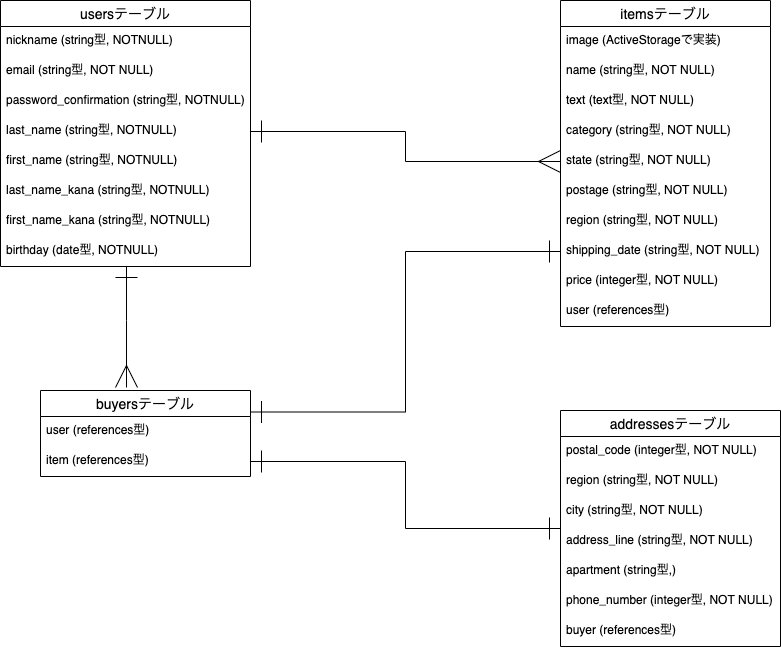
This is .drawio.png from ginpen1/furima-34780, a draw.io export, as it was before one commit. Source tidied: cells renumbered, new cells last; positions are measured from the earlier drawing's top-left corner, leaving out a move shared by most shapes.
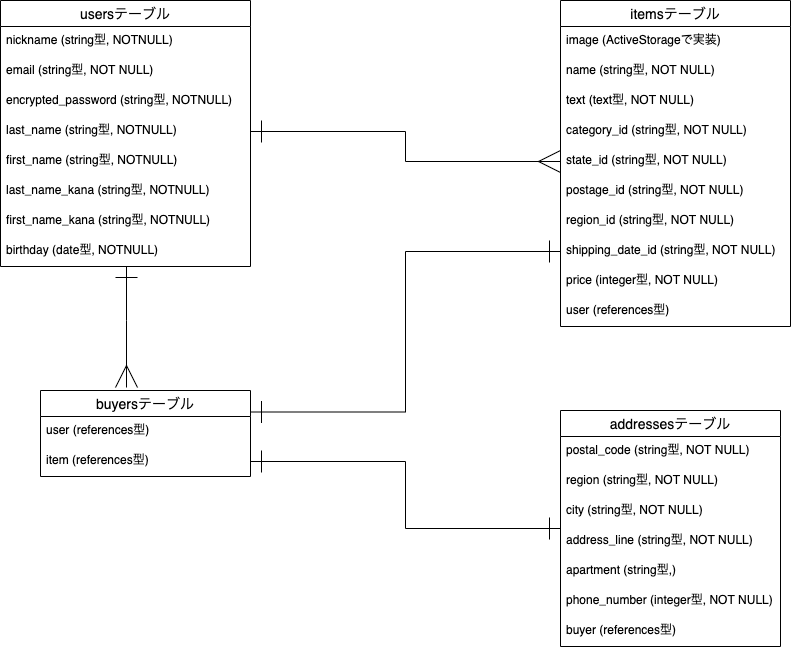
The same diagram one commit later.

Commit message:
postal_codeカラムをstring型に修正

Change to the diagram source:
```diff
@@ -20,7 +20,7 @@
     <mxCell id="5" value="email (string型, NOT NULL)" style="text;strokeColor=none;fillColor=none;spacingLeft=4;spacingRight=4;overflow=hidden;fontSize=12;" parent="3" vertex="1">
       <mxGeometry y="56" width="250" height="30" as="geometry" />
     </mxCell>
-    <mxCell id="6" value="password_confirmation (string型, NOTNULL)" style="text;strokeColor=none;fillColor=none;spacingLeft=4;spacingRight=4;overflow=hidden;fontSize=12;" parent="3" vertex="1">
+    <mxCell id="6" value="encrypted_password (string型, NOTNULL)" style="text;strokeColor=none;fillColor=none;spacingLeft=4;spacingRight=4;overflow=hidden;fontSize=12;" parent="3" vertex="1">
       <mxGeometry y="86" width="250" height="30" as="geometry" />
     </mxCell>
     <mxCell id="7" value="last_name (string型, NOTNULL)" style="text;strokeColor=none;fillColor=none;spacingLeft=4;spacingRight=4;overflow=hidden;points=[[0,0.5],[1,0.5]];portConstraint=eastwest;fontSize=12;" parent="3" vertex="1">
@@ -39,37 +39,37 @@
       <mxGeometry y="236" width="250" height="30" as="geometry" />
     </mxCell>
     <mxCell id="12" value="itemsテーブル" style="swimlane;fontStyle=0;horizontal=1;startSize=26;align=center;fontSize=14;" parent="1" vertex="1">
-      <mxGeometry x="560" width="210" height="326" as="geometry" />
+      <mxGeometry x="560" width="230" height="326" as="geometry" />
     </mxCell>
     <mxCell id="13" value="image (ActiveStorageで実装)" style="text;strokeColor=none;fillColor=none;spacingLeft=4;spacingRight=4;overflow=hidden;fontSize=12;" parent="12" vertex="1">
-      <mxGeometry y="26" width="210" height="30" as="geometry" />
+      <mxGeometry y="26" width="230" height="30" as="geometry" />
     </mxCell>
     <mxCell id="14" value="name (string型, NOT NULL)" style="text;strokeColor=none;fillColor=none;spacingLeft=4;spacingRight=4;overflow=hidden;fontSize=12;" parent="12" vertex="1">
-      <mxGeometry y="56" width="210" height="30" as="geometry" />
+      <mxGeometry y="56" width="230" height="30" as="geometry" />
     </mxCell>
     <mxCell id="15" value="text (text型, NOT NULL)" style="text;strokeColor=none;fillColor=none;spacingLeft=4;spacingRight=4;overflow=hidden;fontSize=12;" parent="12" vertex="1">
-      <mxGeometry y="86" width="210" height="30" as="geometry" />
+      <mxGeometry y="86" width="230" height="30" as="geometry" />
     </mxCell>
-    <mxCell id="16" value="category (string型, NOT NULL)" style="text;strokeColor=none;fillColor=none;spacingLeft=4;spacingRight=4;overflow=hidden;fontSize=12;" parent="12" vertex="1">
-      <mxGeometry y="116" width="210" height="30" as="geometry" />
+    <mxCell id="16" value="category_id (string型, NOT NULL)" style="text;strokeColor=none;fillColor=none;spacingLeft=4;spacingRight=4;overflow=hidden;fontSize=12;" parent="12" vertex="1">
+      <mxGeometry y="116" width="230" height="30" as="geometry" />
     </mxCell>
-    <mxCell id="17" value="state (string型, NOT NULL)" style="text;strokeColor=none;fillColor=none;spacingLeft=4;spacingRight=4;overflow=hidden;points=[[0,0.5],[1,0.5]];portConstraint=eastwest;fontSize=12;" parent="12" vertex="1">
-      <mxGeometry y="146" width="210" height="30" as="geometry" />
+    <mxCell id="17" value="state_id (string型, NOT NULL)" style="text;strokeColor=none;fillColor=none;spacingLeft=4;spacingRight=4;overflow=hidden;points=[[0,0.5],[1,0.5]];portConstraint=eastwest;fontSize=12;" parent="12" vertex="1">
+      <mxGeometry y="146" width="230" height="30" as="geometry" />
     </mxCell>
-    <mxCell id="18" value="postage (string型, NOT NULL)" style="text;strokeColor=none;fillColor=none;spacingLeft=4;spacingRight=4;overflow=hidden;fontSize=12;" parent="12" vertex="1">
-      <mxGeometry y="176" width="210" height="30" as="geometry" />
+    <mxCell id="18" value="postage_id (string型, NOT NULL)" style="text;strokeColor=none;fillColor=none;spacingLeft=4;spacingRight=4;overflow=hidden;fontSize=12;" parent="12" vertex="1">
+      <mxGeometry y="176" width="230" height="30" as="geometry" />
     </mxCell>
-    <mxCell id="19" value="region (string型, NOT NULL)" style="text;strokeColor=none;fillColor=none;spacingLeft=4;spacingRight=4;overflow=hidden;fontSize=12;" parent="12" vertex="1">
-      <mxGeometry y="206" width="210" height="30" as="geometry" />
+    <mxCell id="19" value="region_id (string型, NOT NULL)" style="text;strokeColor=none;fillColor=none;spacingLeft=4;spacingRight=4;overflow=hidden;fontSize=12;" parent="12" vertex="1">
+      <mxGeometry y="206" width="230" height="30" as="geometry" />
     </mxCell>
-    <mxCell id="20" value="shipping_date (string型, NOT NULL)" style="text;strokeColor=none;fillColor=none;spacingLeft=4;spacingRight=4;overflow=hidden;points=[[0,0.5],[1,0.5]];portConstraint=eastwest;fontSize=12;" parent="12" vertex="1">
-      <mxGeometry y="236" width="210" height="30" as="geometry" />
+    <mxCell id="20" value="shipping_date_id (string型, NOT NULL)" style="text;strokeColor=none;fillColor=none;spacingLeft=4;spacingRight=4;overflow=hidden;points=[[0,0.5],[1,0.5]];portConstraint=eastwest;fontSize=12;" parent="12" vertex="1">
+      <mxGeometry y="236" width="230" height="30" as="geometry" />
     </mxCell>
     <mxCell id="21" value="price (integer型, NOT NULL)" style="text;strokeColor=none;fillColor=none;spacingLeft=4;spacingRight=4;overflow=hidden;fontSize=12;" parent="12" vertex="1">
-      <mxGeometry y="266" width="210" height="30" as="geometry" />
+      <mxGeometry y="266" width="230" height="30" as="geometry" />
     </mxCell>
     <mxCell id="22" value="user (references型)" style="text;strokeColor=none;fillColor=none;spacingLeft=4;spacingRight=4;overflow=hidden;fontSize=12;" parent="12" vertex="1">
-      <mxGeometry y="296" width="210" height="30" as="geometry" />
+      <mxGeometry y="296" width="230" height="30" as="geometry" />
     </mxCell>
     <mxCell id="23" value="buyersテーブル" style="swimlane;fontStyle=0;horizontal=1;startSize=26;align=center;fontSize=14;" parent="1" vertex="1">
       <mxGeometry x="40" y="390" width="210" height="86" as="geometry" />
@@ -86,7 +86,7 @@
     <mxCell id="27" value="addressesテーブル" style="swimlane;fontStyle=0;horizontal=1;startSize=26;align=center;fontSize=14;" parent="1" vertex="1">
       <mxGeometry x="560" y="410" width="220" height="236" as="geometry" />
     </mxCell>
-    <mxCell id="28" value="postal_code (integer型, NOT NULL)" style="text;strokeColor=none;fillColor=none;spacingLeft=4;spacingRight=4;overflow=hidden;fontSize=12;" parent="27" vertex="1">
+    <mxCell id="28" value="postal_code (string型, NOT NULL)" style="text;strokeColor=none;fillColor=none;spacingLeft=4;spacingRight=4;overflow=hidden;fontSize=12;" parent="27" vertex="1">
       <mxGeometry y="26" width="220" height="30" as="geometry" />
     </mxCell>
     <mxCell id="29" value="region (string型, NOT NULL)" style="text;strokeColor=none;fillColor=none;spacingLeft=4;spacingRight=4;overflow=hidden;fontSize=12;" parent="27" vertex="1">
```
